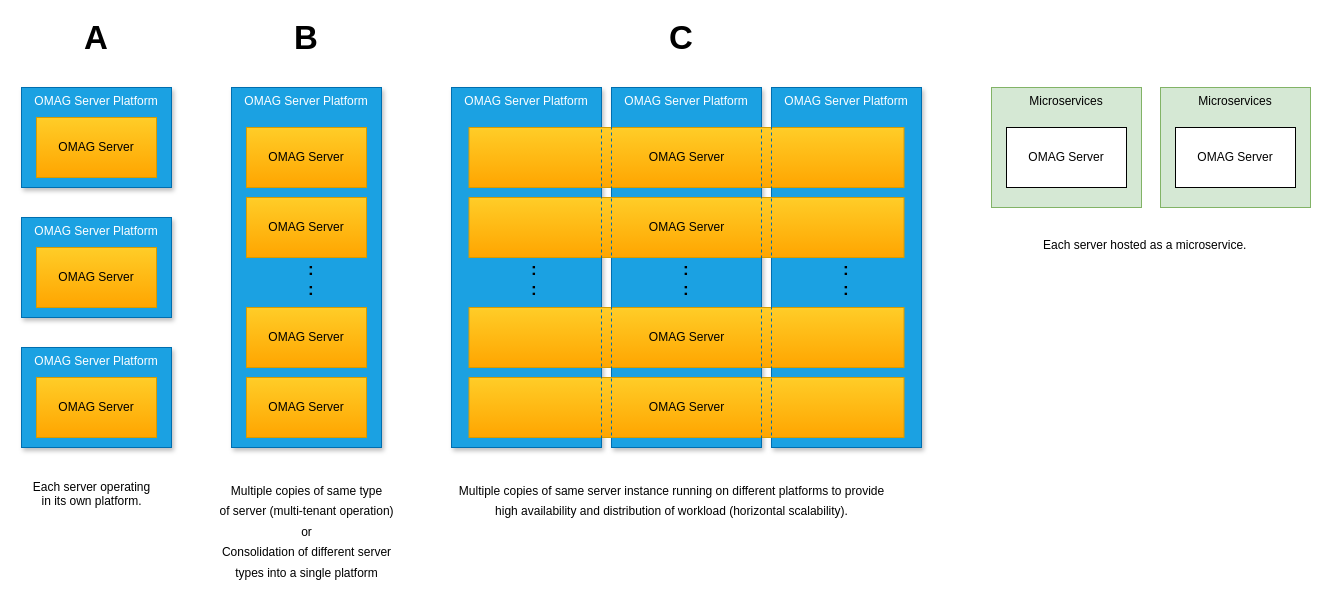
Before: page "server-choices" (12 of 31) of site/docs/guides/admin/egeria-admin.drawio in odpi/egeria-docs, a draw.io diagram. Source tidied: cells renumbered, new cells numbered last; positions are measured from the earlier drawing's top-left corner, leaving out a move shared by most shapes. Both pictures are drawn from the tidied source at 100%, with x=0, y=0 at pixel (21, 27).
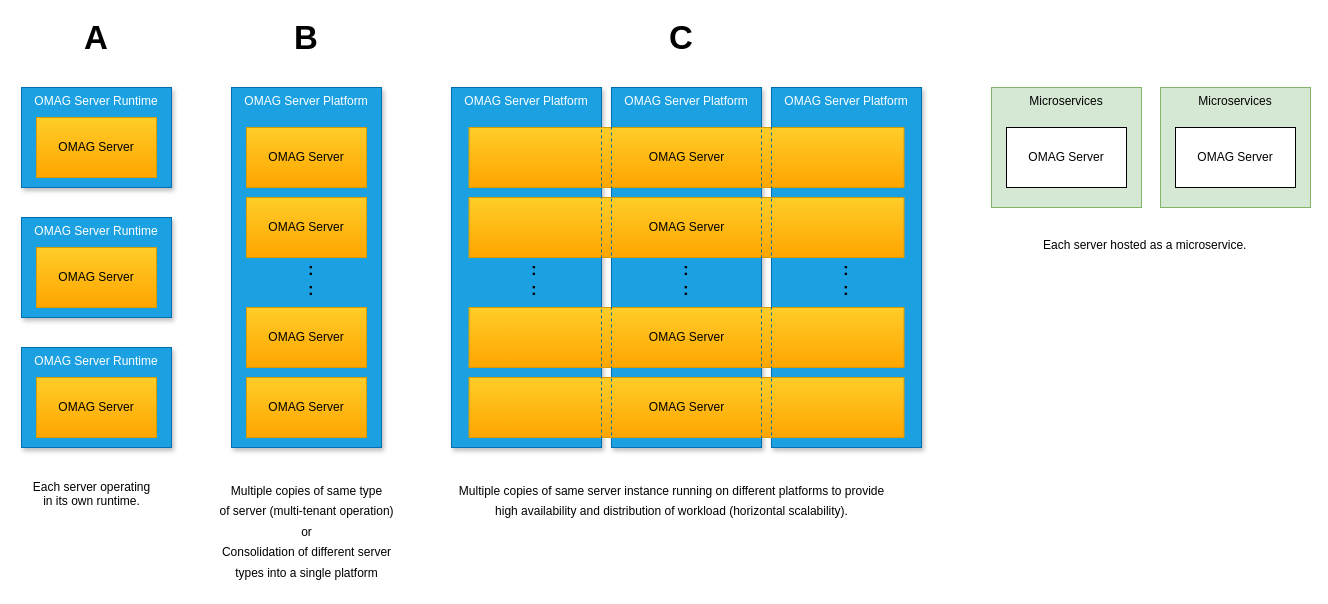
The same diagram, later.

Change to the diagram source:
```diff
@@
-    <mxCell id="10" value="OMAG Server Platform" style="rounded=0;whiteSpace=wrap;html=1;verticalAlign=top;fillColor=#1ba1e2;strokeColor=#006EAF;fontColor=#ffffff;shadow=1;" parent="1" vertex="1">
+    <mxCell id="10" value="OMAG Server Runtime" style="rounded=0;whiteSpace=wrap;html=1;verticalAlign=top;fillColor=#1ba1e2;strokeColor=#006EAF;fontColor=#ffffff;shadow=1;" parent="1" vertex="1">
       <mxGeometry y="60" width="150" height="100" as="geometry" />
     </mxCell>
@@
-    <mxCell id="17" value="&lt;font style=&quot;font-size: 12px&quot;&gt;Each server operating&lt;br&gt;in its own platform.&lt;/font&gt;" style="text;html=1;align=center;verticalAlign=top;spacingTop=-4;fontSize=12;" parent="1" vertex="1">
-      <mxGeometry x="5" y="450" width="130" height="30" as="geometry" />
+    <mxCell id="17" value="&lt;font style=&quot;font-size: 12px&quot;&gt;Each server operating&lt;br&gt;in its own runtime.&lt;/font&gt;" style="text;html=1;align=center;verticalAlign=top;spacingTop=-4;fontSize=12;" parent="1" vertex="1">
+      <mxGeometry y="450" width="140" height="40" as="geometry" />
     </mxCell>
@@
-    <mxCell id="31" value="OMAG Server Platform" style="rounded=0;whiteSpace=wrap;html=1;verticalAlign=top;fillColor=#1ba1e2;strokeColor=#006EAF;fontColor=#ffffff;shadow=1;" parent="1" vertex="1">
+    <mxCell id="31" value="OMAG Server Runtime" style="rounded=0;whiteSpace=wrap;html=1;verticalAlign=top;fillColor=#1ba1e2;strokeColor=#006EAF;fontColor=#ffffff;shadow=1;" parent="1" vertex="1">
       <mxGeometry y="190" width="150" height="100" as="geometry" />
     </mxCell>
@@
-    <mxCell id="33" value="OMAG Server Platform" style="rounded=0;whiteSpace=wrap;html=1;verticalAlign=top;fillColor=#1ba1e2;strokeColor=#006EAF;fontColor=#ffffff;shadow=1;" parent="1" vertex="1">
+    <mxCell id="33" value="OMAG Server Runtime" style="rounded=0;whiteSpace=wrap;html=1;verticalAlign=top;fillColor=#1ba1e2;strokeColor=#006EAF;fontColor=#ffffff;shadow=1;" parent="1" vertex="1">
       <mxGeometry y="320" width="150" height="100" as="geometry" />
     </mxCell>
```
